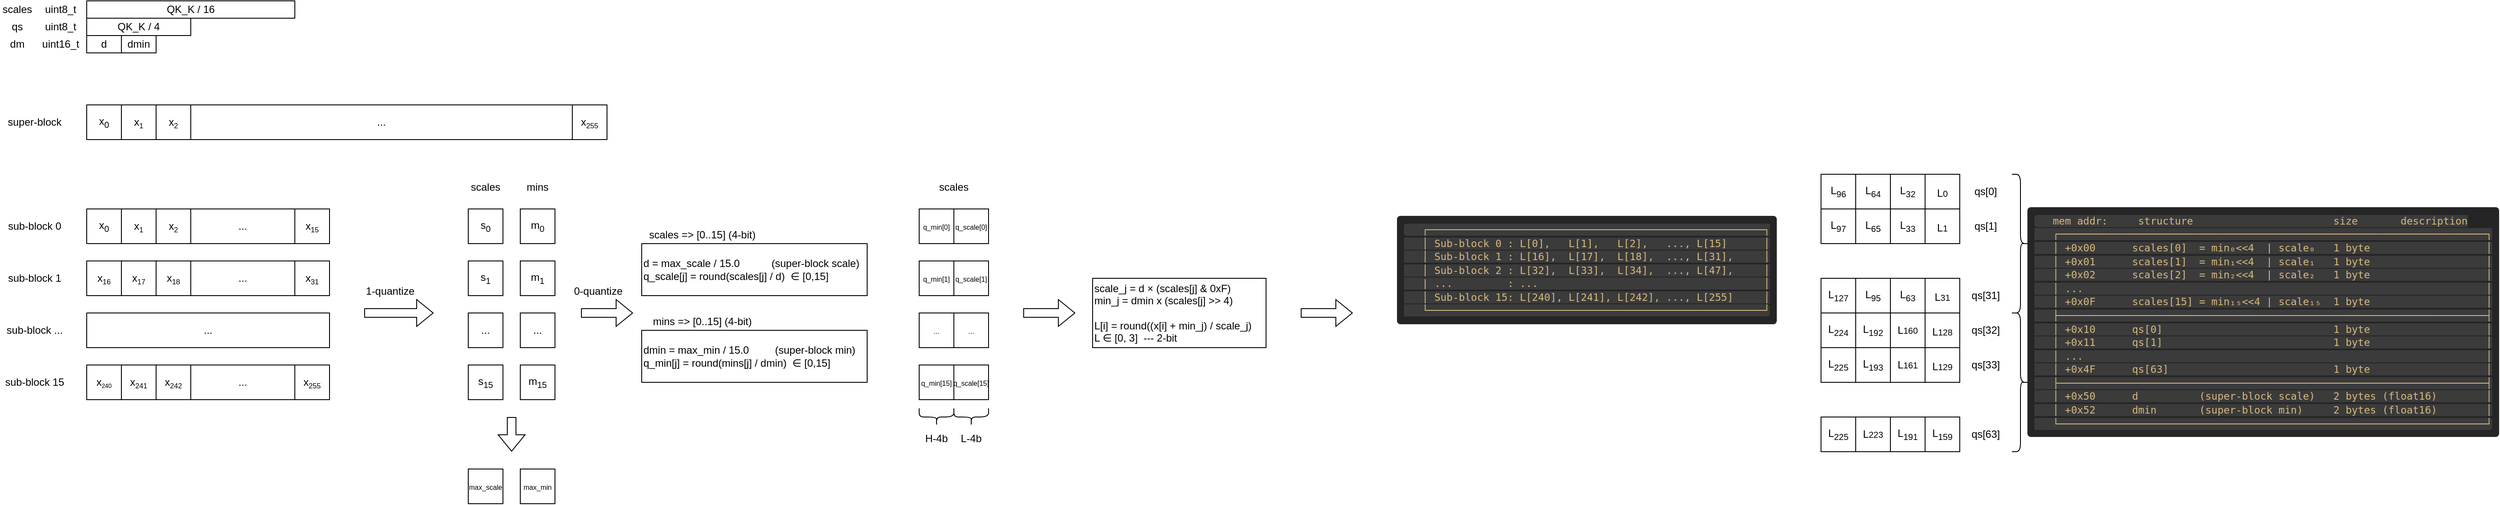
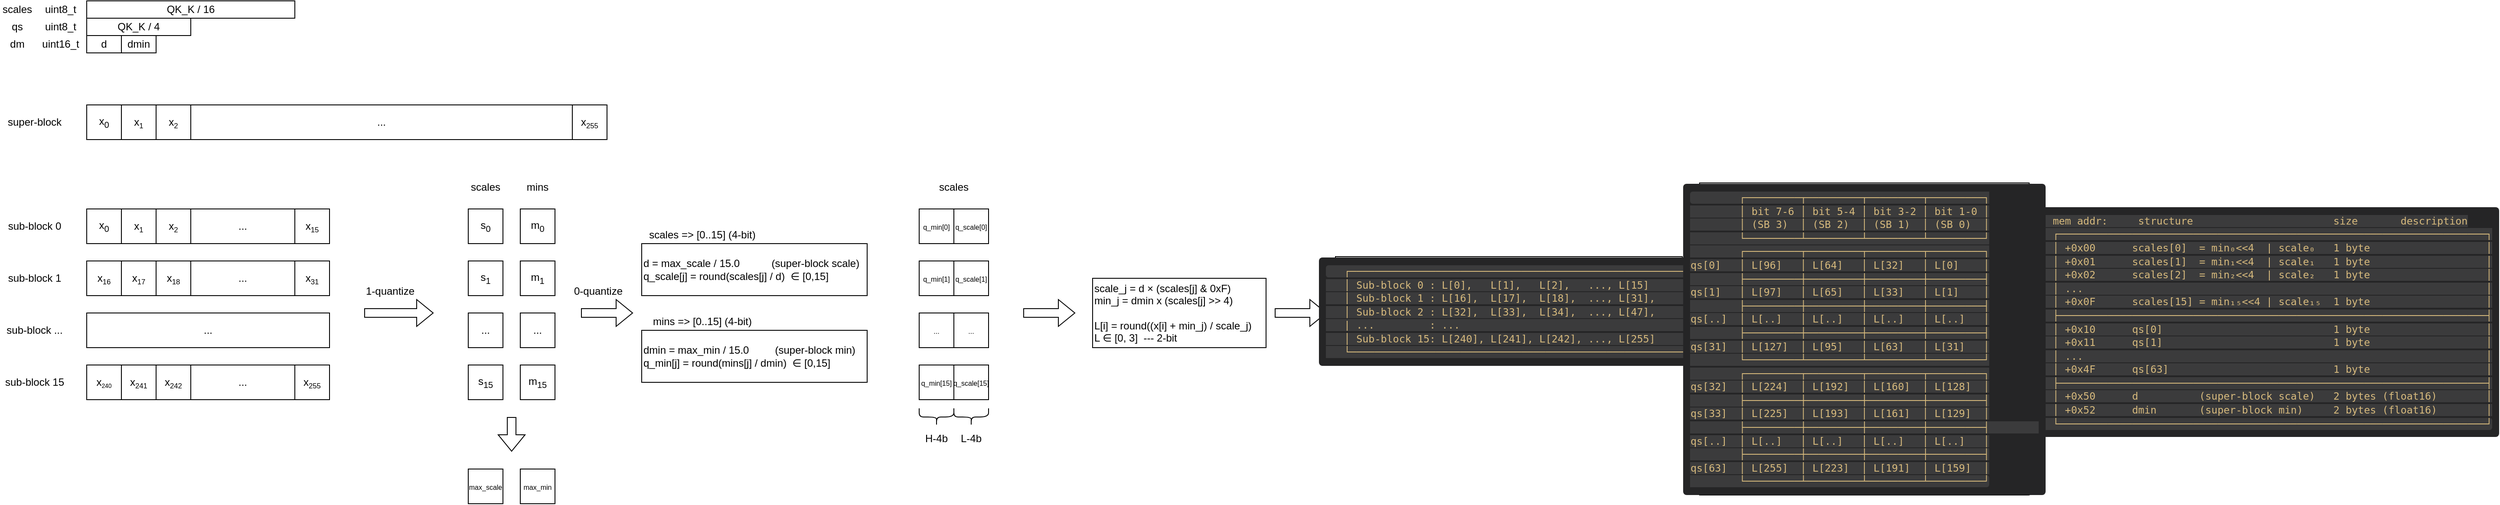
<mxfile host="app.diagrams.net">
  <diagram name="第 1 页" id="Si2-Z7cCXZd2prBrh_IV">
    <mxGraphModel dx="738" dy="1626" grid="1" gridSize="10" guides="1" tooltips="1" connect="1" arrows="1" fold="1" page="1" pageScale="1" pageWidth="827" pageHeight="1169" math="0" shadow="0">
      <root>
        <mxCell id="0" />
        <mxCell id="1" parent="0" />
        <mxCell id="sU8PSUKhDcx1YNUkFXAb-1" parent="1" style="rounded=0;whiteSpace=wrap;html=1;" value="x&lt;sub&gt;0&lt;/sub&gt;" vertex="1">
          <mxGeometry height="40" width="40" x="120" y="40" as="geometry" />
        </mxCell>
        <mxCell id="sU8PSUKhDcx1YNUkFXAb-2" parent="1" style="rounded=0;whiteSpace=wrap;html=1;" value="x&lt;span style=&quot;font-size: 10px;&quot;&gt;&lt;sub&gt;1&lt;/sub&gt;&lt;/span&gt;" vertex="1">
          <mxGeometry height="40" width="40" x="160" y="40" as="geometry" />
        </mxCell>
        <mxCell id="sU8PSUKhDcx1YNUkFXAb-3" parent="1" style="rounded=0;whiteSpace=wrap;html=1;" value="x&lt;span style=&quot;font-size: 10px;&quot;&gt;&lt;sub&gt;2&lt;/sub&gt;&lt;/span&gt;" vertex="1">
          <mxGeometry height="40" width="40" x="200" y="40" as="geometry" />
        </mxCell>
        <mxCell id="sU8PSUKhDcx1YNUkFXAb-4" parent="1" style="rounded=0;whiteSpace=wrap;html=1;" value="..." vertex="1">
          <mxGeometry height="40" width="440" x="240" y="40" as="geometry" />
        </mxCell>
        <mxCell id="sU8PSUKhDcx1YNUkFXAb-5" parent="1" style="rounded=0;whiteSpace=wrap;html=1;" value="x&lt;span style=&quot;font-size: 10px;&quot;&gt;&lt;sub&gt;255&lt;/sub&gt;&lt;/span&gt;" vertex="1">
          <mxGeometry height="40" width="40" x="680" y="40" as="geometry" />
        </mxCell>
        <mxCell id="sU8PSUKhDcx1YNUkFXAb-6" parent="1" style="text;html=1;whiteSpace=wrap;strokeColor=none;fillColor=none;align=center;verticalAlign=middle;rounded=0;" value="super-block" vertex="1">
          <mxGeometry height="40" width="80" x="20" y="40" as="geometry" />
        </mxCell>
        <mxCell id="sU8PSUKhDcx1YNUkFXAb-7" parent="1" style="rounded=0;whiteSpace=wrap;html=1;" value="x&lt;sub&gt;0&lt;/sub&gt;" vertex="1">
          <mxGeometry height="40" width="40" x="120" y="160" as="geometry" />
        </mxCell>
        <mxCell id="sU8PSUKhDcx1YNUkFXAb-8" parent="1" style="rounded=0;whiteSpace=wrap;html=1;" value="x&lt;span style=&quot;font-size: 10px;&quot;&gt;&lt;sub&gt;1&lt;/sub&gt;&lt;/span&gt;" vertex="1">
          <mxGeometry height="40" width="40" x="160" y="160" as="geometry" />
        </mxCell>
        <mxCell id="sU8PSUKhDcx1YNUkFXAb-9" parent="1" style="rounded=0;whiteSpace=wrap;html=1;" value="x&lt;span style=&quot;font-size: 10px;&quot;&gt;&lt;sub&gt;2&lt;/sub&gt;&lt;/span&gt;" vertex="1">
          <mxGeometry height="40" width="40" x="200" y="160" as="geometry" />
        </mxCell>
        <mxCell id="sU8PSUKhDcx1YNUkFXAb-10" parent="1" style="rounded=0;whiteSpace=wrap;html=1;" value="..." vertex="1">
          <mxGeometry height="40" width="120" x="240" y="160" as="geometry" />
        </mxCell>
        <mxCell id="sU8PSUKhDcx1YNUkFXAb-11" parent="1" style="rounded=0;whiteSpace=wrap;html=1;" value="x&lt;span style=&quot;font-size: 10px;&quot;&gt;&lt;sub&gt;15&lt;/sub&gt;&lt;/span&gt;" vertex="1">
          <mxGeometry height="40" width="40" x="360" y="160" as="geometry" />
        </mxCell>
        <mxCell id="sU8PSUKhDcx1YNUkFXAb-12" parent="1" style="rounded=0;whiteSpace=wrap;html=1;" value="x&lt;span style=&quot;font-size: 10px;&quot;&gt;&lt;sub&gt;16&lt;/sub&gt;&lt;/span&gt;" vertex="1">
          <mxGeometry height="40" width="40" x="120" y="220" as="geometry" />
        </mxCell>
        <mxCell id="sU8PSUKhDcx1YNUkFXAb-13" parent="1" style="rounded=0;whiteSpace=wrap;html=1;" value="x&lt;span style=&quot;font-size: 10px;&quot;&gt;&lt;sub&gt;17&lt;/sub&gt;&lt;/span&gt;" vertex="1">
          <mxGeometry height="40" width="40" x="160" y="220" as="geometry" />
        </mxCell>
        <mxCell id="sU8PSUKhDcx1YNUkFXAb-14" parent="1" style="rounded=0;whiteSpace=wrap;html=1;" value="x&lt;span style=&quot;font-size: 10px;&quot;&gt;&lt;sub&gt;18&lt;/sub&gt;&lt;/span&gt;" vertex="1">
          <mxGeometry height="40" width="40" x="200" y="220" as="geometry" />
        </mxCell>
        <mxCell id="sU8PSUKhDcx1YNUkFXAb-15" parent="1" style="rounded=0;whiteSpace=wrap;html=1;" value="..." vertex="1">
          <mxGeometry height="40" width="120" x="240" y="220" as="geometry" />
        </mxCell>
        <mxCell id="sU8PSUKhDcx1YNUkFXAb-16" parent="1" style="rounded=0;whiteSpace=wrap;html=1;" value="x&lt;span style=&quot;font-size: 10px;&quot;&gt;&lt;sub&gt;31&lt;/sub&gt;&lt;/span&gt;" vertex="1">
          <mxGeometry height="40" width="40" x="360" y="220" as="geometry" />
        </mxCell>
        <mxCell id="sU8PSUKhDcx1YNUkFXAb-17" parent="1" style="rounded=0;whiteSpace=wrap;html=1;" value="..." vertex="1">
          <mxGeometry height="40" width="280" x="120" y="280" as="geometry" />
        </mxCell>
        <mxCell id="sU8PSUKhDcx1YNUkFXAb-18" parent="1" style="rounded=0;whiteSpace=wrap;html=1;" value="x&lt;span style=&quot;font-size: 8.33333px;&quot;&gt;&lt;sub&gt;240&lt;/sub&gt;&lt;/span&gt;" vertex="1">
          <mxGeometry height="40" width="40" x="120" y="340" as="geometry" />
        </mxCell>
        <mxCell id="sU8PSUKhDcx1YNUkFXAb-19" parent="1" style="rounded=0;whiteSpace=wrap;html=1;" value="x&lt;span style=&quot;font-size: 10px;&quot;&gt;&lt;sub&gt;241&lt;/sub&gt;&lt;/span&gt;" vertex="1">
          <mxGeometry height="40" width="40" x="160" y="340" as="geometry" />
        </mxCell>
        <mxCell id="sU8PSUKhDcx1YNUkFXAb-20" parent="1" style="rounded=0;whiteSpace=wrap;html=1;" value="x&lt;span style=&quot;font-size: 10px;&quot;&gt;&lt;sub&gt;242&lt;/sub&gt;&lt;/span&gt;" vertex="1">
          <mxGeometry height="40" width="40" x="200" y="340" as="geometry" />
        </mxCell>
        <mxCell id="sU8PSUKhDcx1YNUkFXAb-21" parent="1" style="rounded=0;whiteSpace=wrap;html=1;" value="..." vertex="1">
          <mxGeometry height="40" width="120" x="240" y="340" as="geometry" />
        </mxCell>
        <mxCell id="sU8PSUKhDcx1YNUkFXAb-22" parent="1" style="rounded=0;whiteSpace=wrap;html=1;" value="x&lt;span style=&quot;font-size: 10px;&quot;&gt;&lt;sub&gt;255&lt;/sub&gt;&lt;/span&gt;" vertex="1">
          <mxGeometry height="40" width="40" x="360" y="340" as="geometry" />
        </mxCell>
        <mxCell id="sU8PSUKhDcx1YNUkFXAb-23" parent="1" style="text;html=1;whiteSpace=wrap;strokeColor=none;fillColor=none;align=center;verticalAlign=middle;rounded=0;" value="sub-block 0" vertex="1">
          <mxGeometry height="40" width="80" x="20" y="160" as="geometry" />
        </mxCell>
        <mxCell id="sU8PSUKhDcx1YNUkFXAb-24" parent="1" style="text;html=1;whiteSpace=wrap;strokeColor=none;fillColor=none;align=center;verticalAlign=middle;rounded=0;" value="sub-block 1" vertex="1">
          <mxGeometry height="40" width="80" x="20" y="220" as="geometry" />
        </mxCell>
        <mxCell id="sU8PSUKhDcx1YNUkFXAb-25" parent="1" style="text;html=1;whiteSpace=wrap;strokeColor=none;fillColor=none;align=center;verticalAlign=middle;rounded=0;" value="sub-block 15" vertex="1">
          <mxGeometry height="40" width="80" x="20" y="340" as="geometry" />
        </mxCell>
        <mxCell id="sU8PSUKhDcx1YNUkFXAb-26" parent="1" style="text;html=1;whiteSpace=wrap;strokeColor=none;fillColor=none;align=center;verticalAlign=middle;rounded=0;" value="sub-block ..." vertex="1">
          <mxGeometry height="40" width="80" x="20" y="280" as="geometry" />
        </mxCell>
        <mxCell id="sU8PSUKhDcx1YNUkFXAb-27" parent="1" style="rounded=0;whiteSpace=wrap;html=1;" value="QK_K / 16" vertex="1">
          <mxGeometry height="20" width="240" x="120" y="-80" as="geometry" />
        </mxCell>
        <mxCell id="sU8PSUKhDcx1YNUkFXAb-28" parent="1" style="rounded=0;whiteSpace=wrap;html=1;" value="QK_K / 4" vertex="1">
          <mxGeometry height="20" width="120" x="120" y="-60" as="geometry" />
        </mxCell>
        <mxCell id="sU8PSUKhDcx1YNUkFXAb-29" parent="1" style="rounded=0;whiteSpace=wrap;html=1;" value="d" vertex="1">
          <mxGeometry height="20" width="40" x="120" y="-40" as="geometry" />
        </mxCell>
        <mxCell id="sU8PSUKhDcx1YNUkFXAb-30" parent="1" style="rounded=0;whiteSpace=wrap;html=1;" value="dmin" vertex="1">
          <mxGeometry height="20" width="40" x="160" y="-40" as="geometry" />
        </mxCell>
        <mxCell id="sU8PSUKhDcx1YNUkFXAb-32" parent="1" style="text;html=1;whiteSpace=wrap;strokeColor=none;fillColor=none;align=center;verticalAlign=middle;rounded=0;" value="scales" vertex="1">
          <mxGeometry height="20" width="40" x="20" y="-80" as="geometry" />
        </mxCell>
        <mxCell id="sU8PSUKhDcx1YNUkFXAb-33" parent="1" style="text;html=1;whiteSpace=wrap;strokeColor=none;fillColor=none;align=center;verticalAlign=middle;rounded=0;" value="qs" vertex="1">
          <mxGeometry height="20" width="40" x="20" y="-60" as="geometry" />
        </mxCell>
        <mxCell id="sU8PSUKhDcx1YNUkFXAb-34" parent="1" style="text;html=1;whiteSpace=wrap;strokeColor=none;fillColor=none;align=center;verticalAlign=middle;rounded=0;" value="dm" vertex="1">
          <mxGeometry height="20" width="40" x="20" y="-40" as="geometry" />
        </mxCell>
        <mxCell id="sU8PSUKhDcx1YNUkFXAb-35" parent="1" style="text;html=1;whiteSpace=wrap;strokeColor=none;fillColor=none;align=center;verticalAlign=middle;rounded=0;" value="uint8_t" vertex="1">
          <mxGeometry height="20" width="60" x="60" y="-80" as="geometry" />
        </mxCell>
        <mxCell id="sU8PSUKhDcx1YNUkFXAb-36" parent="1" style="text;html=1;whiteSpace=wrap;strokeColor=none;fillColor=none;align=center;verticalAlign=middle;rounded=0;" value="uint8_t" vertex="1">
          <mxGeometry height="20" width="60" x="60" y="-60" as="geometry" />
        </mxCell>
        <mxCell id="sU8PSUKhDcx1YNUkFXAb-37" parent="1" style="text;html=1;whiteSpace=wrap;strokeColor=none;fillColor=none;align=center;verticalAlign=middle;rounded=0;" value="uint16_t" vertex="1">
          <mxGeometry height="20" width="60" x="60" y="-40" as="geometry" />
        </mxCell>
        <mxCell id="sU8PSUKhDcx1YNUkFXAb-38" edge="1" parent="1" style="shape=flexArrow;endArrow=classic;html=1;rounded=0;" value="">
          <mxGeometry height="50" relative="1" width="50" as="geometry">
            <mxPoint x="440" y="280" as="sourcePoint" />
            <mxPoint x="520" y="280" as="targetPoint" />
          </mxGeometry>
        </mxCell>
        <mxCell id="sU8PSUKhDcx1YNUkFXAb-39" parent="1" style="rounded=0;whiteSpace=wrap;html=1;" value="s&lt;sub&gt;0&lt;/sub&gt;" vertex="1">
          <mxGeometry height="40" width="40" x="560" y="160" as="geometry" />
        </mxCell>
        <mxCell id="sU8PSUKhDcx1YNUkFXAb-41" parent="1" style="rounded=0;whiteSpace=wrap;html=1;" value="s&lt;sub&gt;1&lt;/sub&gt;" vertex="1">
          <mxGeometry height="40" width="40" x="560" y="220" as="geometry" />
        </mxCell>
        <mxCell id="sU8PSUKhDcx1YNUkFXAb-42" parent="1" style="rounded=0;whiteSpace=wrap;html=1;" value="..." vertex="1">
          <mxGeometry height="40" width="40" x="560" y="280" as="geometry" />
        </mxCell>
        <mxCell id="sU8PSUKhDcx1YNUkFXAb-43" parent="1" style="rounded=0;whiteSpace=wrap;html=1;" value="s&lt;sub&gt;15&lt;/sub&gt;" vertex="1">
          <mxGeometry height="40" width="40" x="560" y="340" as="geometry" />
        </mxCell>
        <mxCell id="sU8PSUKhDcx1YNUkFXAb-44" parent="1" style="text;html=1;whiteSpace=wrap;strokeColor=none;fillColor=none;align=center;verticalAlign=middle;rounded=0;" value="scales" vertex="1">
          <mxGeometry height="30" width="60" x="550" y="120" as="geometry" />
        </mxCell>
        <mxCell id="sU8PSUKhDcx1YNUkFXAb-46" parent="1" style="rounded=0;whiteSpace=wrap;html=1;" value="m&lt;sub&gt;0&lt;/sub&gt;" vertex="1">
          <mxGeometry height="40" width="40" x="620" y="160" as="geometry" />
        </mxCell>
        <mxCell id="sU8PSUKhDcx1YNUkFXAb-47" parent="1" style="rounded=0;whiteSpace=wrap;html=1;" value="m&lt;sub&gt;1&lt;/sub&gt;" vertex="1">
          <mxGeometry height="40" width="40" x="620" y="220" as="geometry" />
        </mxCell>
        <mxCell id="sU8PSUKhDcx1YNUkFXAb-48" parent="1" style="rounded=0;whiteSpace=wrap;html=1;" value="..." vertex="1">
          <mxGeometry height="40" width="40" x="620" y="280" as="geometry" />
        </mxCell>
        <mxCell id="sU8PSUKhDcx1YNUkFXAb-49" parent="1" style="rounded=0;whiteSpace=wrap;html=1;" value="m&lt;sub&gt;15&lt;/sub&gt;" vertex="1">
          <mxGeometry height="40" width="40" x="620" y="340" as="geometry" />
        </mxCell>
        <mxCell id="sU8PSUKhDcx1YNUkFXAb-50" parent="1" style="text;html=1;whiteSpace=wrap;strokeColor=none;fillColor=none;align=center;verticalAlign=middle;rounded=0;" value="mins" vertex="1">
          <mxGeometry height="30" width="60" x="610" y="120" as="geometry" />
        </mxCell>
        <mxCell id="sU8PSUKhDcx1YNUkFXAb-52" edge="1" parent="1" style="shape=flexArrow;endArrow=classic;html=1;rounded=0;" value="">
          <mxGeometry height="50" relative="1" width="50" as="geometry">
            <mxPoint x="610" y="400" as="sourcePoint" />
            <mxPoint x="610" y="440" as="targetPoint" />
          </mxGeometry>
        </mxCell>
        <mxCell id="sU8PSUKhDcx1YNUkFXAb-53" parent="1" style="rounded=0;whiteSpace=wrap;html=1;" value="&lt;font style=&quot;font-size: 8px;&quot;&gt;max_scale&lt;/font&gt;" vertex="1">
          <mxGeometry height="40" width="40" x="560" y="460" as="geometry" />
        </mxCell>
        <mxCell id="sU8PSUKhDcx1YNUkFXAb-55" parent="1" style="rounded=0;whiteSpace=wrap;html=1;" value="&lt;font style=&quot;font-size: 8px;&quot;&gt;max_min&lt;/font&gt;" vertex="1">
          <mxGeometry height="40" width="40" x="620" y="460" as="geometry" />
        </mxCell>
        <mxCell id="sU8PSUKhDcx1YNUkFXAb-57" edge="1" parent="1" style="shape=flexArrow;endArrow=classic;html=1;rounded=0;" value="">
          <mxGeometry height="50" relative="1" width="50" as="geometry">
            <mxPoint x="690" y="280" as="sourcePoint" />
            <mxPoint x="750" y="280" as="targetPoint" />
          </mxGeometry>
        </mxCell>
        <mxCell id="sU8PSUKhDcx1YNUkFXAb-58" parent="1" style="whiteSpace=wrap;html=1;align=left;" value="d = max_scale / 15.0&amp;nbsp;&amp;nbsp; &amp;nbsp; &amp;nbsp; &amp;nbsp; &amp;nbsp; (super-block scale)&lt;br&gt;q_scale[j] = round(scales[j] / d)&amp;nbsp; ∈ [0,15]" vertex="1">
          <mxGeometry height="60" width="260" x="760" y="200" as="geometry" />
        </mxCell>
        <mxCell id="sU8PSUKhDcx1YNUkFXAb-59" parent="1" style="whiteSpace=wrap;html=1;align=left;" value="dmin = max_min / 15.0&amp;nbsp; &amp;nbsp; &amp;nbsp; &amp;nbsp; &amp;nbsp;(super-block min)&amp;nbsp;&lt;br&gt;q_min[j] = round(mins[j] / dmin)&amp;nbsp; ∈ [0,15]" vertex="1">
          <mxGeometry height="60" width="260" x="760" y="300" as="geometry" />
        </mxCell>
        <mxCell id="sU8PSUKhDcx1YNUkFXAb-61" parent="1" style="text;html=1;whiteSpace=wrap;strokeColor=none;fillColor=none;align=center;verticalAlign=middle;rounded=0;" value="scales =&amp;gt; [0..15] (4-bit)" vertex="1">
          <mxGeometry height="20" width="140" x="760" y="180" as="geometry" />
        </mxCell>
        <mxCell id="sU8PSUKhDcx1YNUkFXAb-62" parent="1" style="text;html=1;whiteSpace=wrap;strokeColor=none;fillColor=none;align=center;verticalAlign=middle;rounded=0;" value="mins =&amp;gt; [0..15] (4-bit)" vertex="1">
          <mxGeometry height="20" width="140" x="760" y="280" as="geometry" />
        </mxCell>
        <mxCell id="sU8PSUKhDcx1YNUkFXAb-63" parent="1" style="whiteSpace=wrap;html=1;" value="&lt;font style=&quot;font-size: 8px;&quot;&gt;q_min[0]&lt;/font&gt;" vertex="1">
          <mxGeometry height="40" width="40" x="1080" y="160" as="geometry" />
        </mxCell>
        <mxCell id="sU8PSUKhDcx1YNUkFXAb-65" parent="1" style="whiteSpace=wrap;html=1;" value="&lt;font style=&quot;font-size: 8px;&quot;&gt;q_scale[0]&lt;/font&gt;" vertex="1">
          <mxGeometry height="40" width="40" x="1120" y="160" as="geometry" />
        </mxCell>
        <mxCell id="sU8PSUKhDcx1YNUkFXAb-71" parent="1" style="text;html=1;whiteSpace=wrap;strokeColor=none;fillColor=none;align=center;verticalAlign=middle;rounded=0;" value="scales" vertex="1">
          <mxGeometry height="30" width="60" x="1090" y="120" as="geometry" />
        </mxCell>
        <mxCell id="sU8PSUKhDcx1YNUkFXAb-72" parent="1" style="whiteSpace=wrap;html=1;" value="&lt;font style=&quot;font-size: 8px;&quot;&gt;q_min[1]&lt;/font&gt;" vertex="1">
          <mxGeometry height="40" width="40" x="1080" y="220" as="geometry" />
        </mxCell>
        <mxCell id="sU8PSUKhDcx1YNUkFXAb-73" parent="1" style="whiteSpace=wrap;html=1;" value="&lt;font style=&quot;font-size: 8px;&quot;&gt;q_scale[1]&lt;/font&gt;" vertex="1">
          <mxGeometry height="40" width="40" x="1120" y="220" as="geometry" />
        </mxCell>
        <mxCell id="sU8PSUKhDcx1YNUkFXAb-74" parent="1" style="whiteSpace=wrap;html=1;" value="&lt;span style=&quot;font-size: 8px;&quot;&gt;...&lt;/span&gt;" vertex="1">
          <mxGeometry height="40" width="40" x="1080" y="280" as="geometry" />
        </mxCell>
        <mxCell id="sU8PSUKhDcx1YNUkFXAb-75" parent="1" style="whiteSpace=wrap;html=1;" value="&lt;font style=&quot;font-size: 8px;&quot;&gt;...&lt;/font&gt;" vertex="1">
          <mxGeometry height="40" width="40" x="1120" y="280" as="geometry" />
        </mxCell>
        <mxCell id="sU8PSUKhDcx1YNUkFXAb-76" parent="1" style="whiteSpace=wrap;html=1;" value="&lt;font style=&quot;font-size: 8px;&quot;&gt;q_min[15]&lt;/font&gt;" vertex="1">
          <mxGeometry height="40" width="40" x="1080" y="340" as="geometry" />
        </mxCell>
        <mxCell id="sU8PSUKhDcx1YNUkFXAb-77" parent="1" style="whiteSpace=wrap;html=1;" value="&lt;font style=&quot;font-size: 8px;&quot;&gt;q_scale[15]&lt;/font&gt;" vertex="1">
          <mxGeometry height="40" width="40" x="1120" y="340" as="geometry" />
        </mxCell>
        <mxCell id="sU8PSUKhDcx1YNUkFXAb-78" parent="1" style="shape=curlyBracket;whiteSpace=wrap;html=1;rounded=1;flipH=1;labelPosition=right;verticalLabelPosition=middle;align=left;verticalAlign=middle;legacyAnchorPoints=0;rotation=90;" value="" vertex="1">
          <mxGeometry height="40" width="20" x="1090" y="380" as="geometry" />
        </mxCell>
        <mxCell id="sU8PSUKhDcx1YNUkFXAb-79" parent="1" style="shape=curlyBracket;whiteSpace=wrap;html=1;rounded=1;flipH=1;labelPosition=right;verticalLabelPosition=middle;align=left;verticalAlign=middle;legacyAnchorPoints=0;rotation=90;" value="" vertex="1">
          <mxGeometry height="40" width="20" x="1130" y="380" as="geometry" />
        </mxCell>
        <mxCell id="sU8PSUKhDcx1YNUkFXAb-80" parent="1" style="text;html=1;whiteSpace=wrap;strokeColor=none;fillColor=none;align=center;verticalAlign=middle;rounded=0;" value="H-4b" vertex="1">
          <mxGeometry height="30" width="40" x="1080" y="410" as="geometry" />
        </mxCell>
        <mxCell id="sU8PSUKhDcx1YNUkFXAb-81" parent="1" style="text;html=1;whiteSpace=wrap;strokeColor=none;fillColor=none;align=center;verticalAlign=middle;rounded=0;" value="L-4b" vertex="1">
          <mxGeometry height="30" width="40" x="1120" y="410" as="geometry" />
        </mxCell>
        <mxCell id="sU8PSUKhDcx1YNUkFXAb-82" parent="1" style="text;html=1;whiteSpace=wrap;strokeColor=none;fillColor=none;align=center;verticalAlign=middle;rounded=0;" value="1-quantize" vertex="1">
          <mxGeometry height="30" width="80" x="430" y="240" as="geometry" />
        </mxCell>
        <mxCell id="sU8PSUKhDcx1YNUkFXAb-83" parent="1" style="text;html=1;whiteSpace=wrap;strokeColor=none;fillColor=none;align=center;verticalAlign=middle;rounded=0;" value="0-quantize" vertex="1">
          <mxGeometry height="30" width="60" x="680" y="240" as="geometry" />
        </mxCell>
        <mxCell id="sU8PSUKhDcx1YNUkFXAb-85" edge="1" parent="1" style="shape=flexArrow;endArrow=classic;html=1;rounded=0;" value="">
          <mxGeometry height="50" relative="1" width="50" as="geometry">
            <mxPoint x="1200" y="280" as="sourcePoint" />
            <mxPoint x="1260" y="280" as="targetPoint" />
          </mxGeometry>
        </mxCell>
        <mxCell id="sU8PSUKhDcx1YNUkFXAb-86" parent="1" style="rounded=0;whiteSpace=wrap;html=1;align=left;" value="scale_j = d × (scales[j] &amp;amp; 0xF)&lt;br&gt;min_j = dmin x (scales[j] &amp;gt;&amp;gt; 4)&lt;br&gt;&lt;br&gt;L[i] = round((x[i] + min_j) / scale_j)&lt;br&gt;L ∈ [0, 3]&amp;nbsp; --- 2-bit&amp;nbsp;" vertex="1">
          <mxGeometry height="80" width="200" x="1280" y="240" as="geometry" />
        </mxCell>
        <mxCell id="sU8PSUKhDcx1YNUkFXAb-87" edge="1" parent="1" style="shape=flexArrow;endArrow=classic;html=1;rounded=0;" value="">
          <mxGeometry height="50" relative="1" width="50" as="geometry">
-             <mxPoint x="1520" y="280" as="sourcePoint" />
-             <mxPoint x="1580" y="280" as="targetPoint" />
-           </mxGeometry>
-         </mxCell>
-         <mxCell id="sU8PSUKhDcx1YNUkFXAb-110" parent="1" style="rounded=0;whiteSpace=wrap;html=1;" value="&lt;sub&gt;&lt;span style=&quot;font-size: 12px;&quot;&gt;L&lt;/span&gt;0&lt;/sub&gt;" vertex="1">
-           <mxGeometry height="40" width="40" x="2240" y="120" as="geometry" />
-         </mxCell>
-         <mxCell id="sU8PSUKhDcx1YNUkFXAb-111" parent="1" style="rounded=0;whiteSpace=wrap;html=1;" value="L&lt;sub&gt;32&lt;/sub&gt;" vertex="1">
-           <mxGeometry height="40" width="40" x="2200" y="120" as="geometry" />
-         </mxCell>
-         <mxCell id="sU8PSUKhDcx1YNUkFXAb-112" parent="1" style="rounded=0;whiteSpace=wrap;html=1;" value="L&lt;sub&gt;64&lt;/sub&gt;" vertex="1">
-           <mxGeometry height="40" width="40" x="2160" y="120" as="geometry" />
-         </mxCell>
-         <mxCell id="sU8PSUKhDcx1YNUkFXAb-113" parent="1" style="rounded=0;whiteSpace=wrap;html=1;" value="L&lt;sub&gt;96&lt;/sub&gt;" vertex="1">
-           <mxGeometry height="40" width="40" x="2120" y="120" as="geometry" />
-         </mxCell>
-         <mxCell id="sU8PSUKhDcx1YNUkFXAb-114" parent="1" style="text;html=1;whiteSpace=wrap;strokeColor=none;fillColor=none;align=center;verticalAlign=middle;rounded=0;" value="qs[0]" vertex="1">
-           <mxGeometry height="30" width="40" x="2290" y="125" as="geometry" />
-         </mxCell>
-         <mxCell id="sU8PSUKhDcx1YNUkFXAb-119" parent="1" style="text;html=1;whiteSpace=wrap;strokeColor=none;fillColor=none;align=center;verticalAlign=middle;rounded=0;" value="qs[1]" vertex="1">
-           <mxGeometry height="30" width="40" x="2290" y="165" as="geometry" />
-         </mxCell>
-         <mxCell id="sU8PSUKhDcx1YNUkFXAb-120" parent="1" style="rounded=0;whiteSpace=wrap;html=1;" value="&lt;sub&gt;&lt;span style=&quot;font-size: 12px;&quot;&gt;L&lt;/span&gt;1&lt;/sub&gt;" vertex="1">
-           <mxGeometry height="40" width="40" x="2240" y="160" as="geometry" />
-         </mxCell>
-         <mxCell id="sU8PSUKhDcx1YNUkFXAb-121" parent="1" style="rounded=0;whiteSpace=wrap;html=1;" value="L&lt;sub&gt;33&lt;/sub&gt;" vertex="1">
-           <mxGeometry height="40" width="40" x="2200" y="160" as="geometry" />
-         </mxCell>
-         <mxCell id="sU8PSUKhDcx1YNUkFXAb-122" parent="1" style="rounded=0;whiteSpace=wrap;html=1;" value="L&lt;sub&gt;65&lt;/sub&gt;" vertex="1">
-           <mxGeometry height="40" width="40" x="2160" y="160" as="geometry" />
-         </mxCell>
-         <mxCell id="sU8PSUKhDcx1YNUkFXAb-123" parent="1" style="rounded=0;whiteSpace=wrap;html=1;" value="L&lt;sub&gt;97&lt;/sub&gt;" vertex="1">
-           <mxGeometry height="40" width="40" x="2120" y="160" as="geometry" />
-         </mxCell>
-         <mxCell id="sU8PSUKhDcx1YNUkFXAb-126" parent="1" style="rounded=0;whiteSpace=wrap;html=1;" value="L&lt;sub&gt;225&lt;/sub&gt;" vertex="1">
-           <mxGeometry height="40" width="40" x="2120" y="400" as="geometry" />
-         </mxCell>
-         <mxCell id="sU8PSUKhDcx1YNUkFXAb-127" parent="1" style="rounded=0;whiteSpace=wrap;html=1;" value="L&lt;span style=&quot;font-size: 10px;&quot;&gt;223&lt;/span&gt;" vertex="1">
-           <mxGeometry height="40" width="40" x="2160" y="400" as="geometry" />
-         </mxCell>
-         <mxCell id="sU8PSUKhDcx1YNUkFXAb-128" parent="1" style="rounded=0;whiteSpace=wrap;html=1;" value="L&lt;sub&gt;159&lt;/sub&gt;" vertex="1">
-           <mxGeometry height="40" width="40" x="2240" y="400" as="geometry" />
-         </mxCell>
-         <mxCell id="sU8PSUKhDcx1YNUkFXAb-134" parent="1" style="text;html=1;whiteSpace=wrap;strokeColor=none;fillColor=none;align=center;verticalAlign=middle;rounded=0;" value="qs[63]" vertex="1">
-           <mxGeometry height="30" width="60" x="2280" y="405" as="geometry" />
-         </mxCell>
-         <mxCell id="sU8PSUKhDcx1YNUkFXAb-135" parent="1" style="rounded=0;whiteSpace=wrap;html=1;" value="L&lt;sub&gt;191&lt;/sub&gt;" vertex="1">
-           <mxGeometry height="40" width="40" x="2200" y="400" as="geometry" />
-         </mxCell>
-         <mxCell id="sU8PSUKhDcx1YNUkFXAb-136" parent="1" style="rounded=0;whiteSpace=wrap;html=1;" value="&lt;sub&gt;&lt;span style=&quot;font-size: 12px;&quot;&gt;L&lt;/span&gt;31&lt;/sub&gt;" vertex="1">
-           <mxGeometry height="40" width="40" x="2240" y="240" as="geometry" />
-         </mxCell>
-         <mxCell id="sU8PSUKhDcx1YNUkFXAb-137" parent="1" style="rounded=0;whiteSpace=wrap;html=1;" value="L&lt;sub&gt;63&lt;/sub&gt;" vertex="1">
-           <mxGeometry height="40" width="40" x="2200" y="240" as="geometry" />
-         </mxCell>
-         <mxCell id="sU8PSUKhDcx1YNUkFXAb-138" parent="1" style="rounded=0;whiteSpace=wrap;html=1;" value="L&lt;sub&gt;95&lt;/sub&gt;" vertex="1">
-           <mxGeometry height="40" width="40" x="2160" y="240" as="geometry" />
-         </mxCell>
-         <mxCell id="sU8PSUKhDcx1YNUkFXAb-139" parent="1" style="rounded=0;whiteSpace=wrap;html=1;" value="L&lt;sub&gt;127&lt;/sub&gt;" vertex="1">
-           <mxGeometry height="40" width="40" x="2120" y="240" as="geometry" />
-         </mxCell>
-         <mxCell id="sU8PSUKhDcx1YNUkFXAb-140" parent="1" style="text;html=1;whiteSpace=wrap;strokeColor=none;fillColor=none;align=center;verticalAlign=middle;rounded=0;" value="qs[31]" vertex="1">
-           <mxGeometry height="30" width="40" x="2290" y="245" as="geometry" />
-         </mxCell>
-         <mxCell id="sU8PSUKhDcx1YNUkFXAb-141" parent="1" style="rounded=0;whiteSpace=wrap;html=1;" value="&lt;sub&gt;&lt;span style=&quot;font-size: 12px;&quot;&gt;L&lt;/span&gt;128&lt;/sub&gt;" vertex="1">
-           <mxGeometry height="40" width="40" x="2240" y="280" as="geometry" />
-         </mxCell>
-         <mxCell id="sU8PSUKhDcx1YNUkFXAb-142" parent="1" style="rounded=0;whiteSpace=wrap;html=1;" value="L&lt;span style=&quot;font-size: 10px;&quot;&gt;160&lt;/span&gt;" vertex="1">
-           <mxGeometry height="40" width="40" x="2200" y="280" as="geometry" />
-         </mxCell>
-         <mxCell id="sU8PSUKhDcx1YNUkFXAb-143" parent="1" style="rounded=0;whiteSpace=wrap;html=1;" value="L&lt;sub&gt;192&lt;/sub&gt;" vertex="1">
-           <mxGeometry height="40" width="40" x="2160" y="280" as="geometry" />
-         </mxCell>
-         <mxCell id="sU8PSUKhDcx1YNUkFXAb-144" parent="1" style="rounded=0;whiteSpace=wrap;html=1;" value="L&lt;sub&gt;224&lt;/sub&gt;" vertex="1">
-           <mxGeometry height="40" width="40" x="2120" y="280" as="geometry" />
-         </mxCell>
-         <mxCell id="sU8PSUKhDcx1YNUkFXAb-145" parent="1" style="text;html=1;whiteSpace=wrap;strokeColor=none;fillColor=none;align=center;verticalAlign=middle;rounded=0;" value="qs[32]" vertex="1">
-           <mxGeometry height="30" width="40" x="2290" y="285" as="geometry" />
-         </mxCell>
-         <mxCell id="sU8PSUKhDcx1YNUkFXAb-146" parent="1" style="rounded=0;whiteSpace=wrap;html=1;" value="&lt;sub&gt;&lt;span style=&quot;font-size: 12px;&quot;&gt;L&lt;/span&gt;129&lt;/sub&gt;" vertex="1">
-           <mxGeometry height="40" width="40" x="2240" y="320" as="geometry" />
-         </mxCell>
-         <mxCell id="sU8PSUKhDcx1YNUkFXAb-147" parent="1" style="rounded=0;whiteSpace=wrap;html=1;" value="L&lt;span style=&quot;font-size: 10px;&quot;&gt;161&lt;/span&gt;" vertex="1">
-           <mxGeometry height="40" width="40" x="2200" y="320" as="geometry" />
-         </mxCell>
-         <mxCell id="sU8PSUKhDcx1YNUkFXAb-148" parent="1" style="rounded=0;whiteSpace=wrap;html=1;" value="L&lt;sub&gt;193&lt;/sub&gt;" vertex="1">
-           <mxGeometry height="40" width="40" x="2160" y="320" as="geometry" />
-         </mxCell>
-         <mxCell id="sU8PSUKhDcx1YNUkFXAb-149" parent="1" style="rounded=0;whiteSpace=wrap;html=1;" value="L&lt;sub&gt;225&lt;/sub&gt;" vertex="1">
-           <mxGeometry height="40" width="40" x="2120" y="320" as="geometry" />
-         </mxCell>
-         <mxCell id="sU8PSUKhDcx1YNUkFXAb-150" parent="1" style="text;html=1;whiteSpace=wrap;strokeColor=none;fillColor=none;align=center;verticalAlign=middle;rounded=0;" value="qs[33]" vertex="1">
-           <mxGeometry height="30" width="40" x="2290" y="325" as="geometry" />
-         </mxCell>
-         <mxCell id="sU8PSUKhDcx1YNUkFXAb-154" parent="1" style="shape=curlyBracket;whiteSpace=wrap;html=1;rounded=1;flipH=1;labelPosition=right;verticalLabelPosition=middle;align=left;verticalAlign=middle;legacyAnchorPoints=0;" value="" vertex="1">
-           <mxGeometry height="160" width="20" x="2340" y="120" as="geometry" />
-         </mxCell>
-         <mxCell id="sU8PSUKhDcx1YNUkFXAb-155" parent="1" style="shape=curlyBracket;whiteSpace=wrap;html=1;rounded=1;flipH=1;labelPosition=right;verticalLabelPosition=middle;align=left;verticalAlign=middle;legacyAnchorPoints=0;" value="" vertex="1">
-           <mxGeometry height="160" width="20" x="2340" y="280" as="geometry" />
+             <mxPoint x="1490" y="280" as="sourcePoint" />
+             <mxPoint x="1550" y="280" as="targetPoint" />
+           </mxGeometry>
        </mxCell>
        <mxCell id="sU8PSUKhDcx1YNUkFXAb-156" parent="1" style="rounded=0;whiteSpace=wrap;html=1;" value="&lt;pre style=&quot;overflow-x: auto; box-sizing: border-box; border-radius: 4px; max-width: 100%; margin: 0px; padding: 8px; color: rgb(204, 204, 204); font-size: 13px; text-align: start; background-color: rgb(37, 37, 38);&quot;&gt;&lt;code style=&quot;color: rgb(215, 186, 125); background-color: rgba(255, 255, 255, 0.1); padding: 0px; border-radius: 3px; word-break: break-word; font-size: 0.9em;&quot;&gt;   mem addr:     structure                       size       description&lt;br&gt;   ┌──────────────────────────────────────────────────────────────────────┐&lt;br&gt;   │ +0x00      scales[0]  = min₀&amp;lt;&amp;lt;4  | scale₀   1 byte                   │&lt;br&gt;   │ +0x01      scales[1]  = min₁&amp;lt;&amp;lt;4  | scale₁   1 byte                   │&lt;br&gt;   │ +0x02      scales[2]  = min₂&amp;lt;&amp;lt;4  | scale₂   1 byte                   │&lt;br&gt;   │ ...                                                                  │&lt;br&gt;   │ +0x0F      scales[15] = min₁₅&amp;lt;&amp;lt;4 | scale₁₅  1 byte                   │&lt;br&gt;   ├──────────────────────────────────────────────────────────────────────┤&lt;br&gt;   │ +0x10      qs[0]                            1 byte                   │&lt;br&gt;   │ +0x11      qs[1]                            1 byte                   │&lt;br&gt;   │ ...                                                                  │&lt;br&gt;   │ +0x4F      qs[63]                           1 byte                   │&lt;br&gt;   ├──────────────────────────────────────────────────────────────────────┤&lt;br&gt;   │ +0x50      d          (super-block scale)   2 bytes (float16)        │&lt;br&gt;   │ +0x52      dmin       (super-block min)     2 bytes (float16)        │&lt;br&gt;   └──────────────────────────────────────────────────────────────────────┘&lt;/code&gt;&lt;/pre&gt;" vertex="1">
          <mxGeometry height="60" width="160" x="2550" y="260" as="geometry" />
        </mxCell>
        <mxCell id="sU8PSUKhDcx1YNUkFXAb-157" parent="1" style="rounded=0;whiteSpace=wrap;html=1;" value="&lt;pre style=&quot;overflow-x: auto; box-sizing: border-box; border-radius: 4px; max-width: 100%; margin: 0px; padding: 8px; color: rgb(204, 204, 204); font-size: 13px; text-align: start; background-color: rgb(37, 37, 38);&quot;&gt;&lt;code style=&quot;color: rgb(215, 186, 125); background-color: rgba(255, 255, 255, 0.1); padding: 0px; border-radius: 3px; word-break: break-word; font-size: 0.9em;&quot;&gt;   ┌───────────────────────────────────────────────────────┐&lt;br&gt;   │ Sub-block 0 : L[0],   L[1],   L[2],   ..., L[15]      │&lt;br&gt;   │ Sub-block 1 : L[16],  L[17],  L[18],  ..., L[31],     │&lt;br&gt;   │ Sub-block 2 : L[32],  L[33],  L[34],  ..., L[47],     │&lt;br&gt;   | ...         : ...                                     │&lt;br&gt;   │ Sub-block 15: L[240], L[241], L[242], ..., L[255]     │&lt;br&gt;   └───────────────────────────────────────────────────────┘&lt;/code&gt;&lt;/pre&gt;" vertex="1">
-           <mxGeometry height="60" width="120" x="1790" y="200" as="geometry" />
+           <mxGeometry height="125" width="400" x="1560" y="215" as="geometry" />
+         </mxCell>
+         <mxCell id="sU8PSUKhDcx1YNUkFXAb-159" parent="1" style="rounded=0;whiteSpace=wrap;html=1;" value="&lt;pre style=&quot;overflow-x: auto; box-sizing: border-box; border-radius: 4px; max-width: 100%; margin: 0px; padding: 8px; text-align: start; background-color: rgb(37, 37, 38); font-size: 13px; color: rgb(204, 204, 204);&quot;&gt;&lt;code style=&quot;color: rgb(215, 186, 125); background-color: rgba(255, 255, 255, 0.1); padding: 0px; border-radius: 3px; word-break: break-word; font-size: 0.9em;&quot;&gt;        ┌─────────┬─────────┬─────────┬─────────┐&lt;br&gt;        │ bit 7-6 │ bit 5-4 │ bit 3-2 │ bit 1-0 │&lt;br&gt;        │ (SB 3)  │ (SB 2)  │ (SB 1)  │ (SB 0)  │&lt;br&gt;        └─────────┴─────────┴─────────┴─────────┘&lt;br&gt;        ┌─────────┬─────────┬─────────┬─────────┐&lt;br&gt;qs[0]   │ L[96]   │ L[64]   │ L[32]   │ L[0]    │&lt;br&gt;        ├─────────┼─────────┼─────────┼─────────┤&lt;br&gt;qs[1]   │ L[97]   │ L[65]   │ L[33]   │ L[1]    │&lt;br&gt;        ├─────────┼─────────┼─────────┼─────────┤&lt;br&gt;qs[..]  │ L[..]   │ L[..]   │ L[..]   │ L[..]   │&lt;br&gt;        ├─────────┼─────────┼─────────┼─────────┤&lt;br&gt;qs[31]  │ L[127]  │ L[95]   │ L[63]   │ L[31]   │&lt;br&gt;        └─────────┴─────────┴─────────┴─────────┘&lt;br&gt;        ┌─────────┬─────────┬─────────┬─────────┐&lt;br&gt;qs[32]  │ L[224]  │ L[192]  │ L[160]  │ L[128]  │&lt;br&gt;        ├─────────┼─────────┼─────────┼─────────┤&lt;br&gt;qs[33]  │ L[225]  │ L[193]  │ L[161]  │ L[129]  │&lt;br&gt;        ├─────────┼─────────┼─────────┼─────────┤        &lt;br&gt;qs[..]  │ L[..]   │ L[..]   │ L[..]   │ L[..]   │&lt;br&gt;        ├─────────┼─────────┼─────────┼─────────┤&lt;br&gt;qs[63]  │ L[255]  │ L[223]  │ L[191]  │ L[159]  │&lt;br&gt;        └─────────┴─────────┴─────────┴─────────┘&lt;/code&gt;&lt;/pre&gt;" vertex="1">
+           <mxGeometry height="360" width="380" x="1980" y="130" as="geometry" />
        </mxCell>
      </root>
    </mxGraphModel>
  </diagram>
</mxfile>
